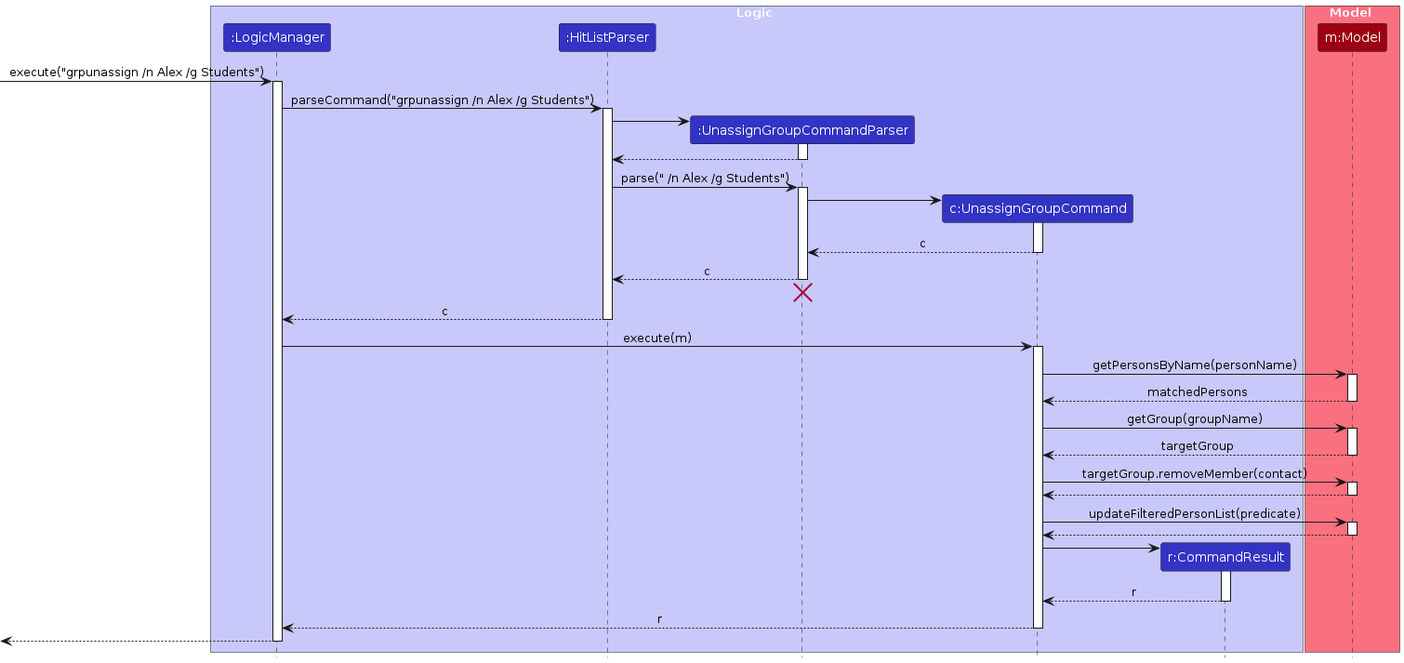
Before: diagrams/unassign-group/GroupUnassignSequenceDiagram.png, a diagram exported from PlantUML (AY2526S2-CS2103T-W11-2/tp). Its source is kept beside it as diagrams/unassign-group/GroupUnassignSequenceDiagram.puml. Source of this version:
```plantuml
@startuml unassign-group/GroupUnassignSequenceDiagram /' Renames the file to kebab-case when exported as an image.'/
!include ../style.puml
skinparam ArrowFontStyle plain

box Logic LOGIC_COLOR_T1
participant ":LogicManager" as LogicManager LOGIC_COLOR
participant ":HitListParser" as HitListParser LOGIC_COLOR
participant ":UnassignGroupCommandParser" as UnassignGroupCommandParser LOGIC_COLOR
participant "c:UnassignGroupCommand" as UnassignGroupCommand LOGIC_COLOR
participant "r:CommandResult" as CommandResult LOGIC_COLOR
end box

box Model MODEL_COLOR_T1
participant "m:Model" as Model MODEL_COLOR
end box

[-> LogicManager : execute("grpunassign /n Alex /g Students")
activate LogicManager

LogicManager -> HitListParser : parseCommand("grpunassign /n Alex /g Students")
activate HitListParser

create UnassignGroupCommandParser
HitListParser -> UnassignGroupCommandParser
activate UnassignGroupCommandParser

UnassignGroupCommandParser --> HitListParser
deactivate UnassignGroupCommandParser

HitListParser -> UnassignGroupCommandParser : parse(" /n Alex /g Students")
activate UnassignGroupCommandParser

create UnassignGroupCommand
UnassignGroupCommandParser -> UnassignGroupCommand
activate UnassignGroupCommand

UnassignGroupCommand --> UnassignGroupCommandParser : c
deactivate UnassignGroupCommand

UnassignGroupCommandParser --> HitListParser : c
deactivate UnassignGroupCommandParser
UnassignGroupCommandParser -[hidden]-> HitListParser
destroy UnassignGroupCommandParser

HitListParser --> LogicManager : c
deactivate HitListParser

LogicManager -> UnassignGroupCommand : execute(m)
activate UnassignGroupCommand

UnassignGroupCommand -> Model : getPersonsByName(personName)
activate Model
Model --> UnassignGroupCommand : matchedPersons
deactivate Model

UnassignGroupCommand -> Model : getGroup(groupName)
activate Model
Model --> UnassignGroupCommand : targetGroup
deactivate Model

UnassignGroupCommand -> Model : targetGroup.removeMember(contact)
activate Model
Model --> UnassignGroupCommand
deactivate Model

UnassignGroupCommand -> Model : updateFilteredPersonList(predicate)
activate Model
Model --> UnassignGroupCommand
deactivate Model

create CommandResult
UnassignGroupCommand -> CommandResult
activate CommandResult

CommandResult --> UnassignGroupCommand : r
deactivate CommandResult

UnassignGroupCommand --> LogicManager : r
deactivate UnassignGroupCommand

[<--LogicManager
deactivate LogicManager
@enduml
```
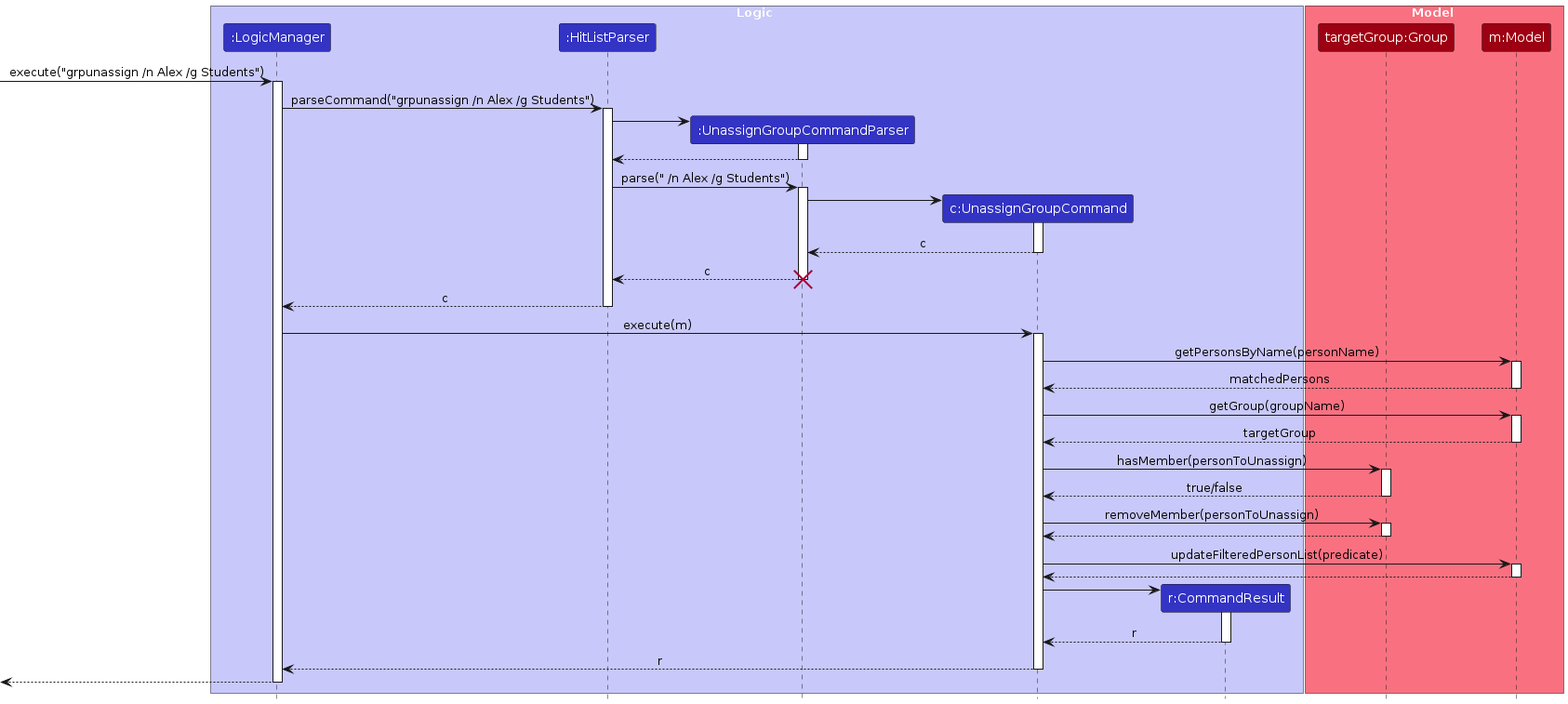
The same file after the commit.

Change to the diagram source:
```diff
@@ -11,6 +11,7 @@
 end box
 
 box Model MODEL_COLOR_T1
+participant "targetGroup:Group" as Group MODEL_COLOR
 participant "m:Model" as Model MODEL_COLOR
 end box
 
@@ -39,7 +40,6 @@
 
 UnassignGroupCommandParser --> HitListParser : c
 deactivate UnassignGroupCommandParser
-UnassignGroupCommandParser -[hidden]-> HitListParser
 destroy UnassignGroupCommandParser
 
 HitListParser --> LogicManager : c
@@ -58,10 +58,15 @@
 Model --> UnassignGroupCommand : targetGroup
 deactivate Model
 
-UnassignGroupCommand -> Model : targetGroup.removeMember(contact)
-activate Model
-Model --> UnassignGroupCommand
-deactivate Model
+UnassignGroupCommand -> Group : hasMember(personToUnassign)
+activate Group
+Group --> UnassignGroupCommand : true/false
+deactivate Group
+
+UnassignGroupCommand -> Group : removeMember(personToUnassign)
+activate Group
+Group --> UnassignGroupCommand
+deactivate Group
 
 UnassignGroupCommand -> Model : updateFilteredPersonList(predicate)
 activate Model
```
